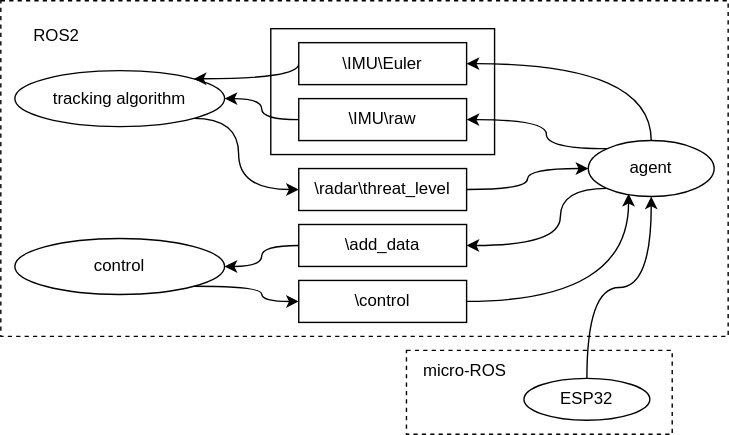
TaVodic/Dev-Module-for-RSS keeps this draw.io diagram as documents/ROS2graph-RSS_graph.svg. Above is the earlier version. Source tidied: cells renumbered, new cells last; positions are measured from the earlier drawing's top-left corner, leaving out a move shared by most shapes.
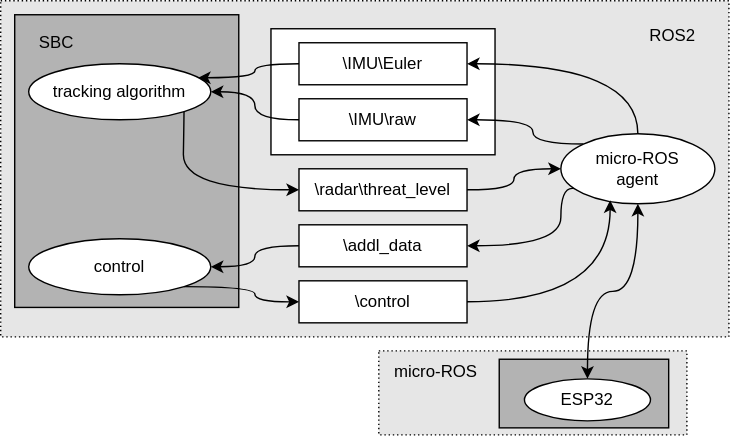
After the change.

Change to the diagram source:
```diff
@@ -2,30 +2,33 @@
   <root>
     <mxCell id="0" />
     <mxCell id="1" parent="0" />
+    <mxCell id="21" style="rounded=0;whiteSpace=wrap;html=1;dashed=1;dashPattern=1 2;fillColor=#E6E6E6;" parent="1" vertex="1">
+      <mxGeometry x="270" y="250" width="220" height="60" as="geometry" />
+    </mxCell>
+    <mxCell id="27" style="rounded=0;whiteSpace=wrap;html=1;fillColor=#B3B3B3;" parent="1" vertex="1">
+      <mxGeometry x="356" y="256" width="121" height="49" as="geometry" />
+    </mxCell>
-    <mxCell id="2" style="rounded=0;whiteSpace=wrap;html=1;dashed=1;" parent="1" vertex="1">
+    <mxCell id="2" style="rounded=0;whiteSpace=wrap;html=1;dashed=1;fillColor=#E6E6E6;dashPattern=1 2;" parent="1" vertex="1">
       <mxGeometry width="520" height="240" as="geometry" />
     </mxCell>
+    <mxCell id="28" style="rounded=0;whiteSpace=wrap;html=1;fillColor=#B3B3B3;" parent="1" vertex="1">
+      <mxGeometry x="10" y="10" width="160" height="209" as="geometry" />
+    </mxCell>
     <mxCell id="3" style="edgeStyle=orthogonalEdgeStyle;rounded=0;jettySize=auto;html=1;exitX=1;exitY=1;exitDx=0;exitDy=0;entryX=0;entryY=0.5;entryDx=0;entryDy=0;curved=1;" parent="1" edge="1" source="4" target="19">
       <mxGeometry relative="1" as="geometry">
         <Array as="points">
-          <mxPoint x="170" y="84" />
-          <mxPoint x="170" y="135" />
+          <mxPoint x="131" y="84" />
+          <mxPoint x="130" y="84" />
+          <mxPoint x="130" y="135" />
         </Array>
       </mxGeometry>
     </mxCell>
-    <mxCell id="4" value="tracking algorithm" style="ellipse;whiteSpace=wrap;html=1;" parent="1" vertex="1">
-      <mxGeometry x="10" y="50" width="150" height="40" as="geometry" />
+    <mxCell id="4" value="tracking algorithm" style="ellipse;whiteSpace=wrap;html=1;points=[[0,0,0,0,0],[0,0.5,0,0,0],[0,1,0,0,0],[0.5,0,0,0,0],[0.5,1,0,0,0],[0.93,0.25,0,0,0],[1,0.5,0,0,0],[1,1,0,0,0]];" parent="1" vertex="1">
+      <mxGeometry x="20" y="45" width="130" height="40" as="geometry" />
     </mxCell>
     <mxCell id="5" style="rounded=0;whiteSpace=wrap;html=1;" parent="1" vertex="1">
       <mxGeometry x="193" y="20" width="160" height="90" as="geometry" />
     </mxCell>
-    <mxCell id="6" style="edgeStyle=orthogonalEdgeStyle;rounded=0;jettySize=auto;html=1;exitX=0;exitY=0.5;exitDx=0;exitDy=0;entryX=1;entryY=0;entryDx=0;entryDy=0;curved=1;" parent="1" edge="1" source="8" target="4">
-      <mxGeometry relative="1" as="geometry">
-        <Array as="points">
-          <mxPoint x="213" y="56" />
-        </Array>
-      </mxGeometry>
-    </mxCell>
     <mxCell id="7" style="edgeStyle=orthogonalEdgeStyle;rounded=0;jettySize=auto;html=1;exitX=1;exitY=0.5;exitDx=0;exitDy=0;entryX=0.5;entryY=0;entryDx=0;entryDy=0;curved=1;startArrow=classic;startFill=1;endArrow=none;endFill=0;" parent="1" edge="1" source="8" target="15">
       <mxGeometry relative="1" as="geometry" />
     </mxCell>
@@ -42,13 +45,13 @@
       <mxGeometry relative="1" as="geometry" />
     </mxCell>
     <mxCell id="12" value="control" style="ellipse;whiteSpace=wrap;html=1;" parent="1" vertex="1">
-      <mxGeometry x="10" y="170" width="150" height="40" as="geometry" />
+      <mxGeometry x="20" y="170" width="130" height="40" as="geometry" />
     </mxCell>
     <mxCell id="13" style="edgeStyle=orthogonalEdgeStyle;rounded=0;jettySize=auto;html=1;exitX=0;exitY=0;exitDx=0;exitDy=0;entryX=1;entryY=0.5;entryDx=0;entryDy=0;curved=1;" parent="1" edge="1" source="15" target="10">
       <mxGeometry relative="1" as="geometry">
         <Array as="points">
-          <mxPoint x="390" y="106" />
-          <mxPoint x="390" y="85" />
+          <mxPoint x="380" y="102" />
+          <mxPoint x="380" y="85" />
         </Array>
       </mxGeometry>
     </mxCell>
@@ -60,13 +63,13 @@
         </Array>
       </mxGeometry>
     </mxCell>
-    <mxCell id="15" value="agent" style="ellipse;whiteSpace=wrap;html=1;points=[[0,0,0,0,0],[0,0.5,0,0,0],[0,1,0,0,0],[0.32,0.95,0,0,0],[0.5,0,0,0,0],[0.5,1,0,0,0],[1,0,0,0,0],[1,0.5,0,0,0],[1,1,0,0,0]];" parent="1" vertex="1">
-      <mxGeometry x="420" y="100" width="90" height="40" as="geometry" />
+    <mxCell id="15" value="micro-ROS&lt;br&gt;agent" style="ellipse;whiteSpace=wrap;html=1;points=[[0,0,0,0,0],[0,0.5,0,0,0],[0,1,0,0,0],[0.32,0.95,0,0,0],[0.5,0,0,0,0],[0.5,1,0,0,0],[1,0,0,0,0],[1,0.5,0,0,0],[1,1,0,0,0]];" parent="1" vertex="1">
+      <mxGeometry x="400" y="95" width="110" height="50" as="geometry" />
     </mxCell>
     <mxCell id="16" style="edgeStyle=orthogonalEdgeStyle;rounded=0;jettySize=auto;html=1;exitX=0;exitY=0.5;exitDx=0;exitDy=0;entryX=1;entryY=0.5;entryDx=0;entryDy=0;curved=1;" parent="1" edge="1" source="17" target="12">
       <mxGeometry relative="1" as="geometry" />
     </mxCell>
-    <mxCell id="17" value="\add_data" style="rounded=0;whiteSpace=wrap;html=1;" parent="1" vertex="1">
+    <mxCell id="17" value="\addl_data" style="rounded=0;whiteSpace=wrap;html=1;" parent="1" vertex="1">
       <mxGeometry x="213" y="160" width="120" height="30" as="geometry" />
     </mxCell>
     <mxCell id="18" style="edgeStyle=orthogonalEdgeStyle;rounded=0;jettySize=auto;html=1;exitX=1;exitY=0.5;exitDx=0;exitDy=0;entryX=0;entryY=0.5;entryDx=0;entryDy=0;elbow=vertical;curved=1;" parent="1" edge="1" source="19" target="15">
@@ -76,18 +79,15 @@
       <mxGeometry x="213" y="120" width="120" height="30" as="geometry" />
     </mxCell>
     <mxCell id="20" value="ROS2" style="text;html=1;align=center;verticalAlign=middle;whiteSpace=wrap;rounded=0;" parent="1" vertex="1">
-      <mxGeometry x="10" y="10" width="60" height="30" as="geometry" />
+      <mxGeometry x="450" y="10" width="60" height="30" as="geometry" />
     </mxCell>
-    <mxCell id="21" style="rounded=0;whiteSpace=wrap;html=1;dashed=1;" parent="1" vertex="1">
-      <mxGeometry x="290" y="250" width="190" height="60" as="geometry" />
-    </mxCell>
     <mxCell id="22" value="micro-ROS" style="text;html=1;align=center;verticalAlign=middle;whiteSpace=wrap;rounded=0;" parent="1" vertex="1">
-      <mxGeometry x="290" y="250" width="84" height="30" as="geometry" />
+      <mxGeometry x="269" y="250" width="84" height="30" as="geometry" />
     </mxCell>
     <mxCell id="23" value="ESP32" style="ellipse;whiteSpace=wrap;html=1;" parent="1" vertex="1">
       <mxGeometry x="374" y="270" width="90" height="30" as="geometry" />
     </mxCell>
-    <mxCell id="24" style="edgeStyle=orthogonalEdgeStyle;rounded=0;jettySize=auto;html=1;entryX=0.5;entryY=1;entryDx=0;entryDy=0;curved=1;" parent="1" edge="1" source="23" target="15">
+    <mxCell id="24" style="edgeStyle=orthogonalEdgeStyle;rounded=0;jettySize=auto;html=1;entryX=0.5;entryY=1;entryDx=0;entryDy=0;curved=1;startArrow=classic;startFill=1;" parent="1" edge="1" source="23" target="15">
       <mxGeometry relative="1" as="geometry" />
     </mxCell>
     <mxCell id="25" value="\control" style="rounded=0;whiteSpace=wrap;html=1;" parent="1" vertex="1">
@@ -96,5 +96,11 @@
     <mxCell id="26" style="edgeStyle=orthogonalEdgeStyle;rounded=0;jettySize=auto;html=1;exitX=1;exitY=0.5;exitDx=0;exitDy=0;entryX=0.32;entryY=0.95;entryDx=0;entryDy=0;entryPerimeter=0;curved=1;" parent="1" edge="1" source="25" target="15">
       <mxGeometry relative="1" as="geometry" />
     </mxCell>
+    <mxCell id="29" value="SBC" style="text;html=1;align=center;verticalAlign=middle;whiteSpace=wrap;rounded=0;" parent="1" vertex="1">
+      <mxGeometry x="10" y="15" width="60" height="30" as="geometry" />
+    </mxCell>
+    <mxCell id="6" style="edgeStyle=orthogonalEdgeStyle;rounded=0;jettySize=auto;html=1;exitX=0;exitY=0.5;exitDx=0;exitDy=0;entryX=0.93;entryY=0.25;entryDx=0;entryDy=0;entryPerimeter=0;curved=1;" parent="1" edge="1" source="8" target="4">
+      <mxGeometry relative="1" as="geometry" />
+    </mxCell>
   </root>
 </mxGraphModel>
```
